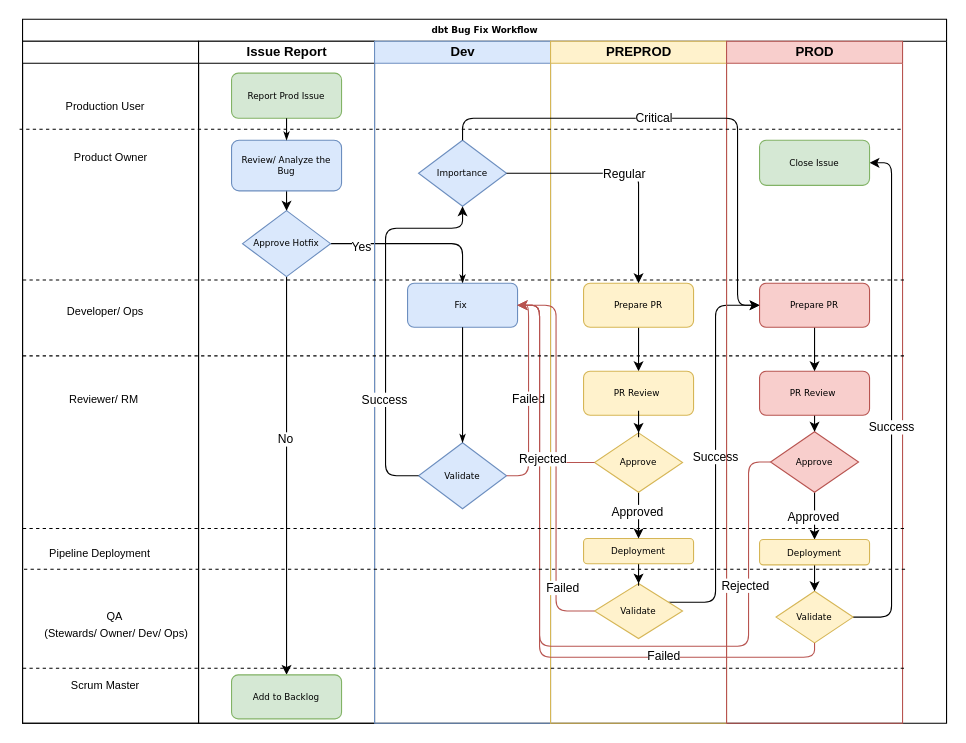
This is dbtFlow.drawio from jijeeshme/diagrams, a draw.io file, before an edit. Source tidied: cells renumbered, new cells numbered last; positions are measured from the earlier drawing's top-left corner, leaving out a move shared by most shapes. Both pictures are drawn from the tidied source at 110%, with x=0, y=0 at pixel (19, 19).
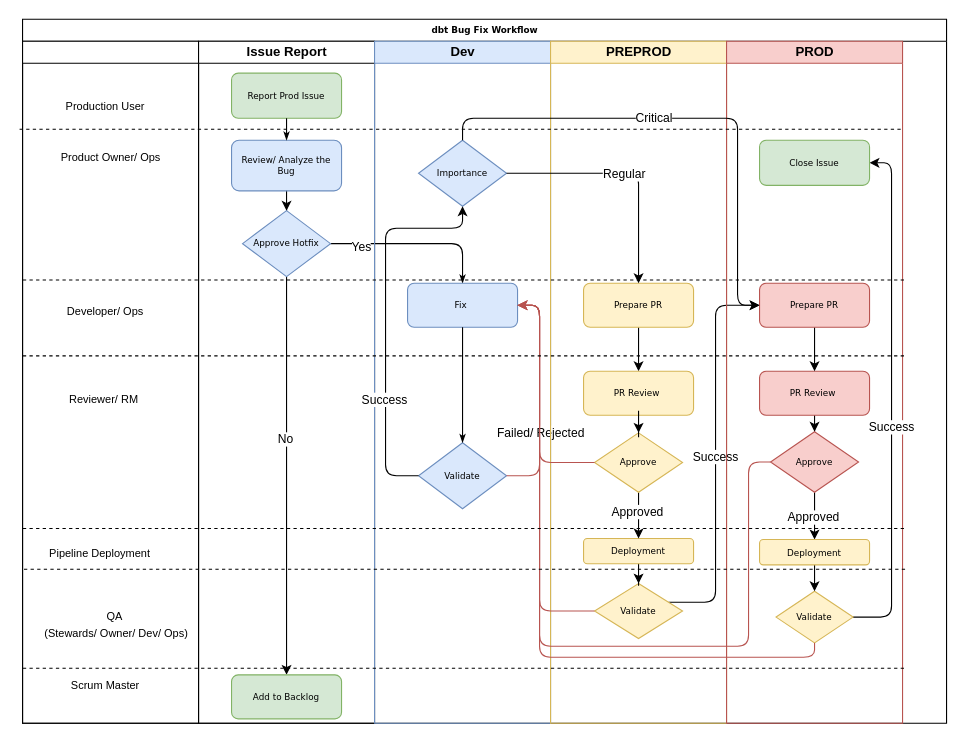
The same diagram, later.

Unchanged cells that the change refers to:
```xml
<mxCell id="2" value="dbt Bug Fix Workflow" style="swimlane;html=1;startSize=20;rounded=0;shadow=0;labelBackgroundColor=none;strokeWidth=1;fontFamily=Verdana;fontSize=8;align=center;" parent="1" vertex="1">
  <mxGeometry x="3" width="840" height="640" as="geometry" />
</mxCell>
<mxCell id="3" style="swimlane;html=1;startSize=20;" parent="2" vertex="1">
  <mxGeometry y="20" width="160" height="620" as="geometry" />
</mxCell>
<mxCell id="22" value="Dev" style="swimlane;html=1;startSize=20;fillColor=#dae8fc;strokeColor=#6c8ebf;" parent="2" vertex="1">
  <mxGeometry x="320" y="20" width="160" height="620" as="geometry" />
</mxCell>
<mxCell id="23" value="Fix&amp;nbsp;" style="rounded=1;whiteSpace=wrap;html=1;shadow=0;labelBackgroundColor=none;strokeWidth=1;fontFamily=Verdana;fontSize=8;align=center;fillColor=#dae8fc;strokeColor=#6c8ebf;" parent="22" vertex="1">
  <mxGeometry x="30" y="220" width="100" height="40" as="geometry" />
</mxCell>
<mxCell id="24" value="Validate" style="rhombus;whiteSpace=wrap;html=1;rounded=0;shadow=0;labelBackgroundColor=none;strokeWidth=1;fontFamily=Verdana;fontSize=8;align=center;fillColor=#dae8fc;strokeColor=#6c8ebf;" parent="22" vertex="1">
  <mxGeometry x="40" y="365" width="80" height="60" as="geometry" />
</mxCell>
<mxCell id="35" value="Validate" style="rhombus;whiteSpace=wrap;html=1;rounded=0;shadow=0;labelBackgroundColor=none;strokeWidth=1;fontFamily=Verdana;fontSize=8;align=center;fillColor=#fff2cc;strokeColor=#d6b656;" parent="29" vertex="1">
  <mxGeometry x="40" y="493" width="80" height="50" as="geometry" />
</mxCell>
<mxCell id="60" style="edgeStyle=orthogonalEdgeStyle;rounded=1;jettySize=auto;html=1;entryX=1;entryY=0.5;entryDx=0;entryDy=0;exitX=0;exitY=0.5;exitDx=0;exitDy=0;fillColor=#f8cecc;strokeColor=#b85450;" parent="2" edge="1" source="45" target="23">
  <mxGeometry relative="1" as="geometry">
    <Array as="points">
      <mxPoint x="660" y="403" />
      <mxPoint x="660" y="570" />
      <mxPoint x="470" y="570" />
      <mxPoint x="470" y="260" />
    </Array>
  </mxGeometry>
</mxCell>
<mxCell id="62" style="edgeStyle=orthogonalEdgeStyle;rounded=1;jettySize=auto;html=1;entryX=1;entryY=0.5;entryDx=0;entryDy=0;fillColor=#f8cecc;strokeColor=#b85450;exitX=0.5;exitY=1;exitDx=0;exitDy=0;" parent="2" edge="1" source="48" target="23">
  <mxGeometry relative="1" as="geometry">
    <Array as="points">
      <mxPoint x="720" y="580" />
      <mxPoint x="470" y="580" />
      <mxPoint x="470" y="260" />
    </Array>
  </mxGeometry>
</mxCell>
<mxCell id="68" style="edgeStyle=orthogonalEdgeStyle;rounded=1;jettySize=auto;html=1;entryX=1;entryY=0.5;entryDx=0;entryDy=0;fillColor=#f8cecc;strokeColor=#b85450;exitX=0;exitY=0.5;exitDx=0;exitDy=0;" parent="1" edge="1" source="67" target="23">
  <mxGeometry relative="1" as="geometry">
    <Array as="points">
      <mxPoint x="473" y="403" />
      <mxPoint x="473" y="260" />
    </Array>
  </mxGeometry>
</mxCell>
```

What changed in the source:
```diff
@@
-    <mxCell id="5" value="&lt;font style=&quot;font-size: 10px;&quot;&gt;Product Owner&lt;/font&gt;" style="text;html=1;align=center;verticalAlign=middle;strokeColor=none;fillColor=none;" parent="3" vertex="1">
-      <mxGeometry x="35" y="90" width="90" height="30" as="geometry" />
+    <mxCell id="5" value="&lt;font style=&quot;font-size: 10px;&quot;&gt;Product Owner/ Ops&lt;/font&gt;" style="text;html=1;align=center;verticalAlign=middle;strokeColor=none;fillColor=none;" parent="3" vertex="1">
+      <mxGeometry x="25" y="90" width="110" height="30" as="geometry" />
     </mxCell>
@@
     <mxCell id="26" style="edgeStyle=orthogonalEdgeStyle;rounded=1;html=1;labelBackgroundColor=none;startArrow=none;startFill=0;startSize=5;endArrow=classicThin;endFill=1;endSize=5;jettySize=auto;strokeWidth=1;fontFamily=Verdana;fontSize=8;entryX=1;entryY=0.5;entryDx=0;entryDy=0;exitX=1;exitY=0.5;exitDx=0;exitDy=0;fillColor=#f8cecc;strokeColor=#b85450;" parent="22" edge="1" source="24" target="23">
-      <mxGeometry relative="1" as="geometry" />
+      <mxGeometry relative="1" as="geometry">
+        <Array as="points">
+          <mxPoint x="150" y="395" />
+          <mxPoint x="150" y="240" />
+        </Array>
+      </mxGeometry>
     </mxCell>
-    <mxCell id="27" value="Failed" style="edgeLabel;html=1;align=center;verticalAlign=middle;" parent="26" vertex="1">
-      <mxGeometry x="-0.02" y="1" relative="1" as="geometry" />
+    <mxCell id="27" value="Failed/ Rejected" style="edgeLabel;html=1;align=center;verticalAlign=middle;" parent="26" vertex="1">
+      <mxGeometry x="-0.02" y="1" relative="1" as="geometry">
+        <mxPoint x="1" y="30" as="offset" />
+      </mxGeometry>
     </mxCell>
@@
     <mxCell id="58" style="edgeStyle=orthogonalEdgeStyle;rounded=1;jettySize=auto;html=1;entryX=1;entryY=0.5;entryDx=0;entryDy=0;fillColor=#f8cecc;strokeColor=#b85450;" parent="2" edge="1" source="35" target="23">
-      <mxGeometry relative="1" as="geometry" />
+      <mxGeometry relative="1" as="geometry">
+        <Array as="points">
+          <mxPoint x="470" y="538" />
+          <mxPoint x="470" y="260" />
+        </Array>
+      </mxGeometry>
     </mxCell>
-    <mxCell id="59" value="Failed" style="edgeLabel;html=1;align=center;verticalAlign=middle;" parent="58" vertex="1">
-      <mxGeometry x="-0.57" relative="1" as="geometry">
-        <mxPoint x="5" y="18" as="offset" />
-      </mxGeometry>
-    </mxCell>
@@
-    <mxCell id="61" value="Rejected" style="edgeLabel;html=1;align=center;verticalAlign=middle;" parent="60" vertex="1">
-      <mxGeometry x="-0.72" y="-4" relative="1" as="geometry">
-        <mxPoint y="33" as="offset" />
-      </mxGeometry>
-    </mxCell>
@@
-    <mxCell id="63" value="Failed" style="edgeLabel;html=1;align=center;verticalAlign=middle;" parent="62" vertex="1">
-      <mxGeometry x="-0.5" y="-2" relative="1" as="geometry" />
-    </mxCell>
@@
-    <mxCell id="69" value="Rejected" style="edgeLabel;html=1;align=center;verticalAlign=middle;" parent="68" vertex="1">
-      <mxGeometry x="-0.49" y="-2" relative="1" as="geometry" />
-    </mxCell>
```
